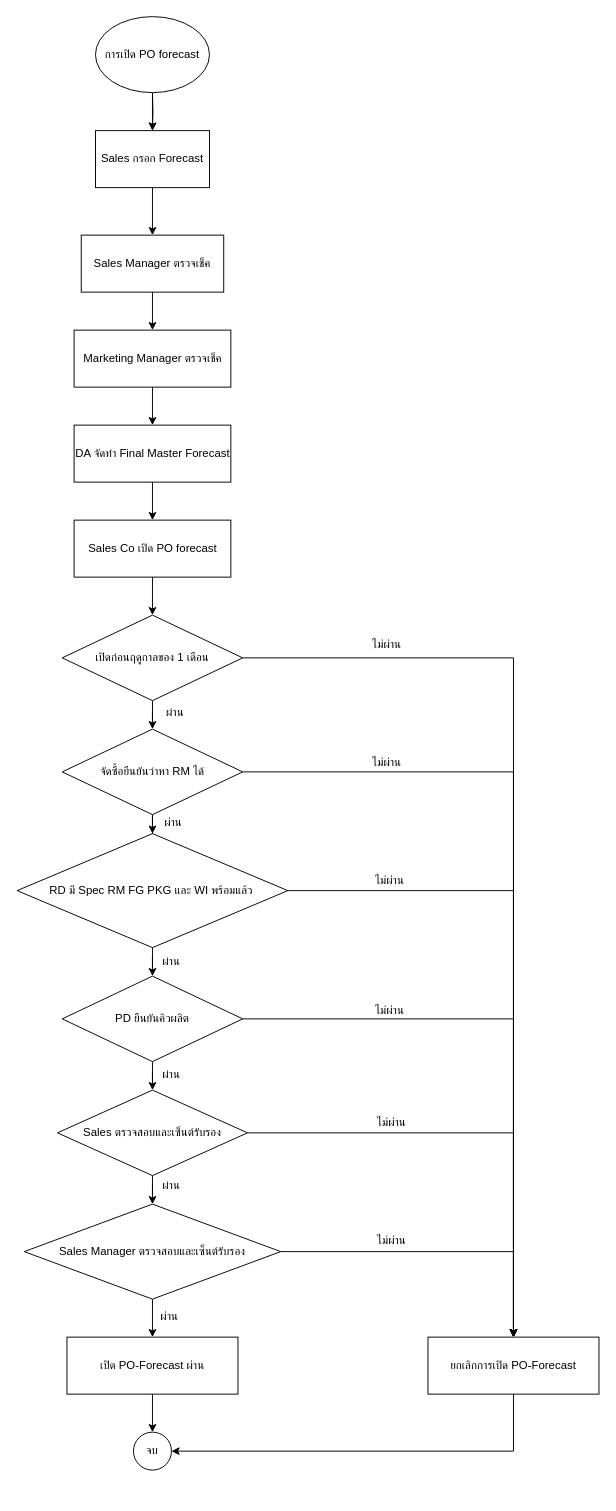
This is Untitled Diagram.drawio from KitakanWiset/skills-introduction-to-github, a draw.io file, before an edit. Source tidied: cells renumbered, new cells numbered last; positions are measured from the earlier drawing's top-left corner, leaving out a move shared by most shapes. Both pictures are drawn from the tidied source at 95%, with x=0, y=0 at pixel (17, 16).
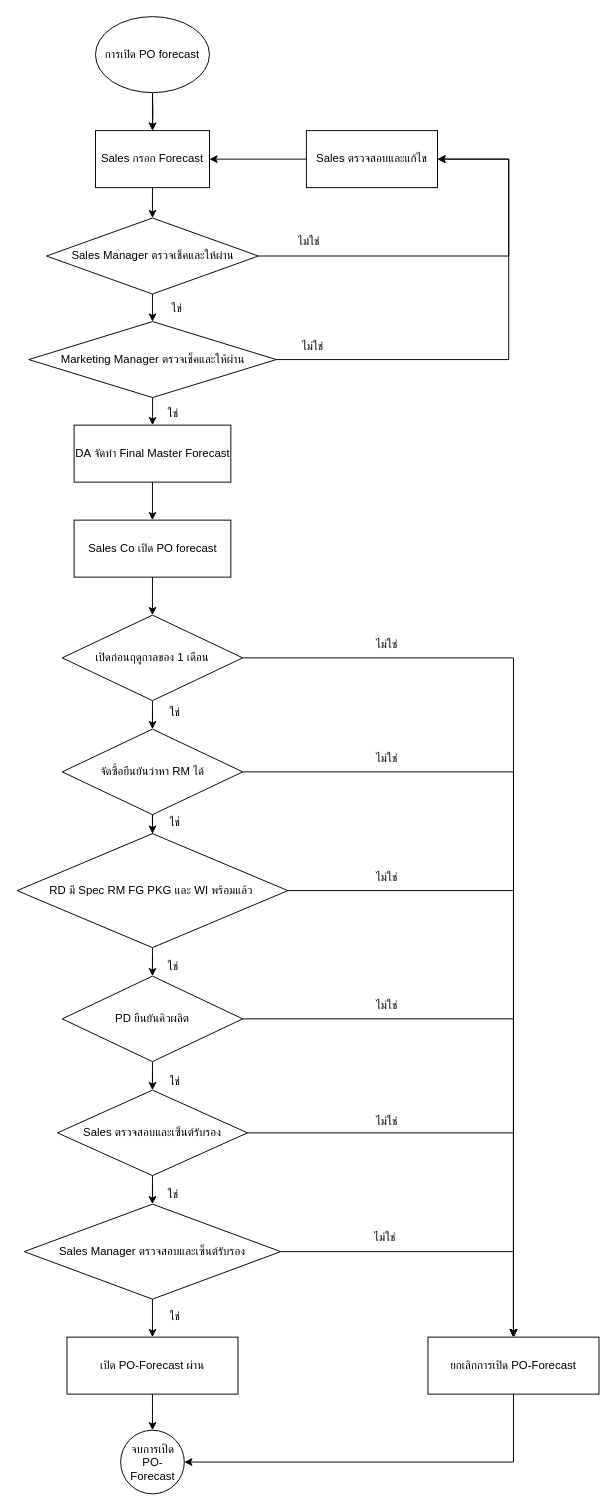
Above is the later version.

Unchanged cells that the change refers to:
```xml
<mxCell id="4" value="Sales กรอก Forecast" style="rounded=0;whiteSpace=wrap;html=1;" parent="1" vertex="1">
  <mxGeometry x="82" y="120" width="120" height="60" as="geometry" />
</mxCell>
<mxCell id="10" value="DA จัดทำ Final Master Forecast" style="rounded=0;whiteSpace=wrap;html=1;" parent="1" vertex="1">
  <mxGeometry x="59.5" y="430" width="165" height="60" as="geometry" />
</mxCell>
<mxCell id="29" value="ยกเลิกการเปิด PO-Forecast" style="rounded=0;whiteSpace=wrap;html=1;" parent="1" vertex="1">
  <mxGeometry x="432" y="1390" width="180" height="60" as="geometry" />
</mxCell>
```

Change to the diagram source:
```diff
@@
-    <mxCell id="3" style="edgeStyle=orthogonalEdgeStyle;rounded=0;jettySize=auto;html=1;strokeColor=light-dark(#000000,#000000);" parent="1" edge="1" source="4" target="6">
-      <mxGeometry relative="1" as="geometry" />
-    </mxCell>
+    <mxCell id="50" style="edgeStyle=orthogonalEdgeStyle;rounded=0;jettySize=auto;html=1;" parent="1" edge="1" source="4" target="63">
+      <mxGeometry relative="1" as="geometry" />
+    </mxCell>
@@
-    <mxCell id="5" style="edgeStyle=orthogonalEdgeStyle;rounded=0;jettySize=auto;html=1;" parent="1" edge="1" source="6" target="8">
-      <mxGeometry relative="1" as="geometry" />
-    </mxCell>
-    <mxCell id="6" value="Sales Manager ตรวจเช็ค" style="rounded=0;whiteSpace=wrap;html=1;" parent="1" vertex="1">
-      <mxGeometry x="67" y="230" width="150" height="60" as="geometry" />
-    </mxCell>
-    <mxCell id="7" style="edgeStyle=orthogonalEdgeStyle;rounded=0;jettySize=auto;html=1;strokeColor=light-dark(#000000,#000000);" parent="1" edge="1" source="8" target="10">
-      <mxGeometry relative="1" as="geometry" />
-    </mxCell>
-    <mxCell id="8" value="Marketing Manager ตรวจเช็ค" style="rounded=0;whiteSpace=wrap;html=1;" parent="1" vertex="1">
-      <mxGeometry x="59.5" y="330" width="165" height="60" as="geometry" />
-    </mxCell>
@@
-    <mxCell id="18" value="จบ" style="ellipse;whiteSpace=wrap;html=1;" parent="1" vertex="1">
-      <mxGeometry x="122" y="1490" width="40" height="40" as="geometry" />
+    <mxCell id="18" value="จบการเปิด PO-Forecast" style="ellipse;whiteSpace=wrap;html=1;" parent="1" vertex="1">
+      <mxGeometry x="108.5" y="1488" width="67" height="67" as="geometry" />
     </mxCell>
@@
     <mxCell id="28" style="edgeStyle=orthogonalEdgeStyle;rounded=0;jettySize=auto;html=1;entryX=1;entryY=0.5;entryDx=0;entryDy=0;" parent="1" edge="1" source="29" target="18">
       <mxGeometry relative="1" as="geometry">
         <Array as="points">
-          <mxPoint x="522" y="1510" />
+          <mxPoint x="522" y="1522" />
         </Array>
       </mxGeometry>
     </mxCell>
@@
-    <mxCell id="38" value="ผ่าน" style="text;html=1;align=center;verticalAlign=middle;whiteSpace=wrap;rounded=0;" parent="1" vertex="1">
+    <mxCell id="38" value="ใช่" style="text;html=1;align=center;verticalAlign=middle;whiteSpace=wrap;rounded=0;" parent="1" vertex="1">
       <mxGeometry x="136" y="718" width="60" height="30" as="geometry" />
     </mxCell>
-    <mxCell id="39" value="ผ่าน" style="text;html=1;align=center;verticalAlign=middle;whiteSpace=wrap;rounded=0;" parent="1" vertex="1">
-      <mxGeometry x="134" y="833" width="60" height="30" as="geometry" />
-    </mxCell>
-    <mxCell id="40" value="ผ่าน" style="text;html=1;align=center;verticalAlign=middle;whiteSpace=wrap;rounded=0;" parent="1" vertex="1">
-      <mxGeometry x="132" y="980" width="60" height="30" as="geometry" />
-    </mxCell>
-    <mxCell id="41" value="ผ่าน" style="text;html=1;align=center;verticalAlign=middle;whiteSpace=wrap;rounded=0;" parent="1" vertex="1">
-      <mxGeometry x="132" y="1099" width="60" height="30" as="geometry" />
-    </mxCell>
-    <mxCell id="42" value="ผ่าน" style="text;html=1;align=center;verticalAlign=middle;whiteSpace=wrap;rounded=0;" parent="1" vertex="1">
-      <mxGeometry x="132" y="1216" width="60" height="30" as="geometry" />
-    </mxCell>
-    <mxCell id="43" value="ผ่าน" style="text;html=1;align=center;verticalAlign=middle;whiteSpace=wrap;rounded=0;" parent="1" vertex="1">
-      <mxGeometry x="130" y="1353" width="60" height="30" as="geometry" />
-    </mxCell>
-    <mxCell id="44" value="ไม่&lt;span style=&quot;background-color: transparent; color: light-dark(rgb(0, 0, 0), rgb(255, 255, 255));&quot;&gt;ผ่าน&lt;/span&gt;" style="text;html=1;align=center;verticalAlign=middle;whiteSpace=wrap;rounded=0;" parent="1" vertex="1">
+    <mxCell id="44" value="ไม่ใช่" style="text;html=1;align=center;verticalAlign=middle;whiteSpace=wrap;rounded=0;" parent="1" vertex="1">
       <mxGeometry x="359" y="646" width="60" height="30" as="geometry" />
     </mxCell>
-    <mxCell id="45" value="ไม่&lt;span style=&quot;background-color: transparent; color: light-dark(rgb(0, 0, 0), rgb(255, 255, 255));&quot;&gt;ผ่าน&lt;/span&gt;" style="text;html=1;align=center;verticalAlign=middle;whiteSpace=wrap;rounded=0;" parent="1" vertex="1">
-      <mxGeometry x="359" y="770" width="60" height="30" as="geometry" />
-    </mxCell>
-    <mxCell id="46" value="ไม่&lt;span style=&quot;background-color: transparent; color: light-dark(rgb(0, 0, 0), rgb(255, 255, 255));&quot;&gt;ผ่าน&lt;/span&gt;" style="text;html=1;align=center;verticalAlign=middle;whiteSpace=wrap;rounded=0;" parent="1" vertex="1">
-      <mxGeometry x="362" y="894" width="60" height="30" as="geometry" />
-    </mxCell>
-    <mxCell id="47" value="ไม่&lt;span style=&quot;background-color: transparent; color: light-dark(rgb(0, 0, 0), rgb(255, 255, 255));&quot;&gt;ผ่าน&lt;/span&gt;" style="text;html=1;align=center;verticalAlign=middle;whiteSpace=wrap;rounded=0;" parent="1" vertex="1">
-      <mxGeometry x="362" y="1031" width="60" height="30" as="geometry" />
-    </mxCell>
-    <mxCell id="48" value="ไม่&lt;span style=&quot;background-color: transparent; color: light-dark(rgb(0, 0, 0), rgb(255, 255, 255));&quot;&gt;ผ่าน&lt;/span&gt;" style="text;html=1;align=center;verticalAlign=middle;whiteSpace=wrap;rounded=0;" parent="1" vertex="1">
-      <mxGeometry x="364" y="1149" width="60" height="30" as="geometry" />
-    </mxCell>
-    <mxCell id="49" value="ไม่&lt;span style=&quot;background-color: transparent; color: light-dark(rgb(0, 0, 0), rgb(255, 255, 255));&quot;&gt;ผ่าน&lt;/span&gt;" style="text;html=1;align=center;verticalAlign=middle;whiteSpace=wrap;rounded=0;" parent="1" vertex="1">
-      <mxGeometry x="364" y="1273" width="60" height="30" as="geometry" />
-    </mxCell>
+    <mxCell id="51" value="ใช่" style="text;html=1;align=center;verticalAlign=middle;whiteSpace=wrap;rounded=0;" parent="1" vertex="1">
+      <mxGeometry x="136" y="833" width="60" height="30" as="geometry" />
+    </mxCell>
+    <mxCell id="52" value="ใช่" style="text;html=1;align=center;verticalAlign=middle;whiteSpace=wrap;rounded=0;" parent="1" vertex="1">
+      <mxGeometry x="134" y="985" width="60" height="30" as="geometry" />
+    </mxCell>
+    <mxCell id="53" value="ใช่" style="text;html=1;align=center;verticalAlign=middle;whiteSpace=wrap;rounded=0;" parent="1" vertex="1">
+      <mxGeometry x="136" y="1106" width="60" height="30" as="geometry" />
+    </mxCell>
+    <mxCell id="54" value="ใช่" style="text;html=1;align=center;verticalAlign=middle;whiteSpace=wrap;rounded=0;" parent="1" vertex="1">
+      <mxGeometry x="134" y="1225" width="60" height="30" as="geometry" />
+    </mxCell>
+    <mxCell id="55" value="ใช่" style="text;html=1;align=center;verticalAlign=middle;whiteSpace=wrap;rounded=0;" parent="1" vertex="1">
+      <mxGeometry x="136" y="1354" width="60" height="30" as="geometry" />
+    </mxCell>
+    <mxCell id="56" value="ไม่ใช่" style="text;html=1;align=center;verticalAlign=middle;whiteSpace=wrap;rounded=0;" parent="1" vertex="1">
+      <mxGeometry x="359" y="766" width="60" height="30" as="geometry" />
+    </mxCell>
+    <mxCell id="57" value="ไม่ใช่" style="text;html=1;align=center;verticalAlign=middle;whiteSpace=wrap;rounded=0;" parent="1" vertex="1">
+      <mxGeometry x="359" y="891" width="60" height="30" as="geometry" />
+    </mxCell>
+    <mxCell id="58" value="ไม่ใช่" style="text;html=1;align=center;verticalAlign=middle;whiteSpace=wrap;rounded=0;" parent="1" vertex="1">
+      <mxGeometry x="359" y="1026" width="60" height="30" as="geometry" />
+    </mxCell>
+    <mxCell id="59" value="ไม่ใช่" style="text;html=1;align=center;verticalAlign=middle;whiteSpace=wrap;rounded=0;" parent="1" vertex="1">
+      <mxGeometry x="359" y="1148" width="60" height="30" as="geometry" />
+    </mxCell>
+    <mxCell id="60" value="ไม่ใช่" style="text;html=1;align=center;verticalAlign=middle;whiteSpace=wrap;rounded=0;" parent="1" vertex="1">
+      <mxGeometry x="357" y="1270" width="60" height="30" as="geometry" />
+    </mxCell>
+    <mxCell id="61" style="edgeStyle=orthogonalEdgeStyle;rounded=0;jettySize=auto;html=1;" parent="1" edge="1" source="63" target="66">
+      <mxGeometry relative="1" as="geometry" />
+    </mxCell>
+    <mxCell id="62" style="edgeStyle=orthogonalEdgeStyle;rounded=0;jettySize=auto;html=1;entryX=1;entryY=0.5;entryDx=0;entryDy=0;" parent="1" edge="1" source="63" target="72">
+      <mxGeometry relative="1" as="geometry">
+        <Array as="points">
+          <mxPoint x="517" y="252" />
+          <mxPoint x="517" y="150" />
+        </Array>
+      </mxGeometry>
+    </mxCell>
+    <mxCell id="63" value="Sales Manager ตรวจเช็คและให้ผ่าน" style="rhombus;whiteSpace=wrap;html=1;" parent="1" vertex="1">
+      <mxGeometry x="30.5" y="212" width="223" height="80" as="geometry" />
+    </mxCell>
+    <mxCell id="64" style="edgeStyle=orthogonalEdgeStyle;rounded=0;jettySize=auto;html=1;" parent="1" edge="1" source="66" target="10">
+      <mxGeometry relative="1" as="geometry" />
+    </mxCell>
+    <mxCell id="65" style="edgeStyle=orthogonalEdgeStyle;rounded=0;jettySize=auto;html=1;entryX=1;entryY=0.5;entryDx=0;entryDy=0;" parent="1" edge="1" source="66" target="72">
+      <mxGeometry relative="1" as="geometry">
+        <Array as="points">
+          <mxPoint x="517" y="361" />
+          <mxPoint x="517" y="150" />
+        </Array>
+      </mxGeometry>
+    </mxCell>
+    <mxCell id="66" value="Marketing Manager ตรวจเช็คและให้ผ่าน" style="rhombus;whiteSpace=wrap;html=1;" parent="1" vertex="1">
+      <mxGeometry x="11.8" y="321" width="260.5" height="80" as="geometry" />
+    </mxCell>
+    <mxCell id="67" value="ใช่" style="text;html=1;align=center;verticalAlign=middle;whiteSpace=wrap;rounded=0;" parent="1" vertex="1">
+      <mxGeometry x="138" y="292" width="60" height="30" as="geometry" />
+    </mxCell>
+    <mxCell id="68" value="ใช่" style="text;html=1;align=center;verticalAlign=middle;whiteSpace=wrap;rounded=0;" parent="1" vertex="1">
+      <mxGeometry x="134" y="403" width="60" height="30" as="geometry" />
+    </mxCell>
+    <mxCell id="69" value="ไม่ใช่" style="text;html=1;align=center;verticalAlign=middle;whiteSpace=wrap;rounded=0;" parent="1" vertex="1">
+      <mxGeometry x="277" y="222" width="60" height="30" as="geometry" />
+    </mxCell>
+    <mxCell id="70" value="ไม่ใช่" style="text;html=1;align=center;verticalAlign=middle;whiteSpace=wrap;rounded=0;" parent="1" vertex="1">
+      <mxGeometry x="281" y="332" width="60" height="30" as="geometry" />
+    </mxCell>
+    <mxCell id="71" style="edgeStyle=orthogonalEdgeStyle;rounded=0;jettySize=auto;html=1;entryX=1;entryY=0.5;entryDx=0;entryDy=0;" parent="1" edge="1" source="72" target="4">
+      <mxGeometry relative="1" as="geometry" />
+    </mxCell>
+    <mxCell id="72" value="Sales ตรวจสอบและแก้ไข" style="rounded=0;whiteSpace=wrap;html=1;" parent="1" vertex="1">
+      <mxGeometry x="304" y="120" width="138" height="60" as="geometry" />
+    </mxCell>
```
